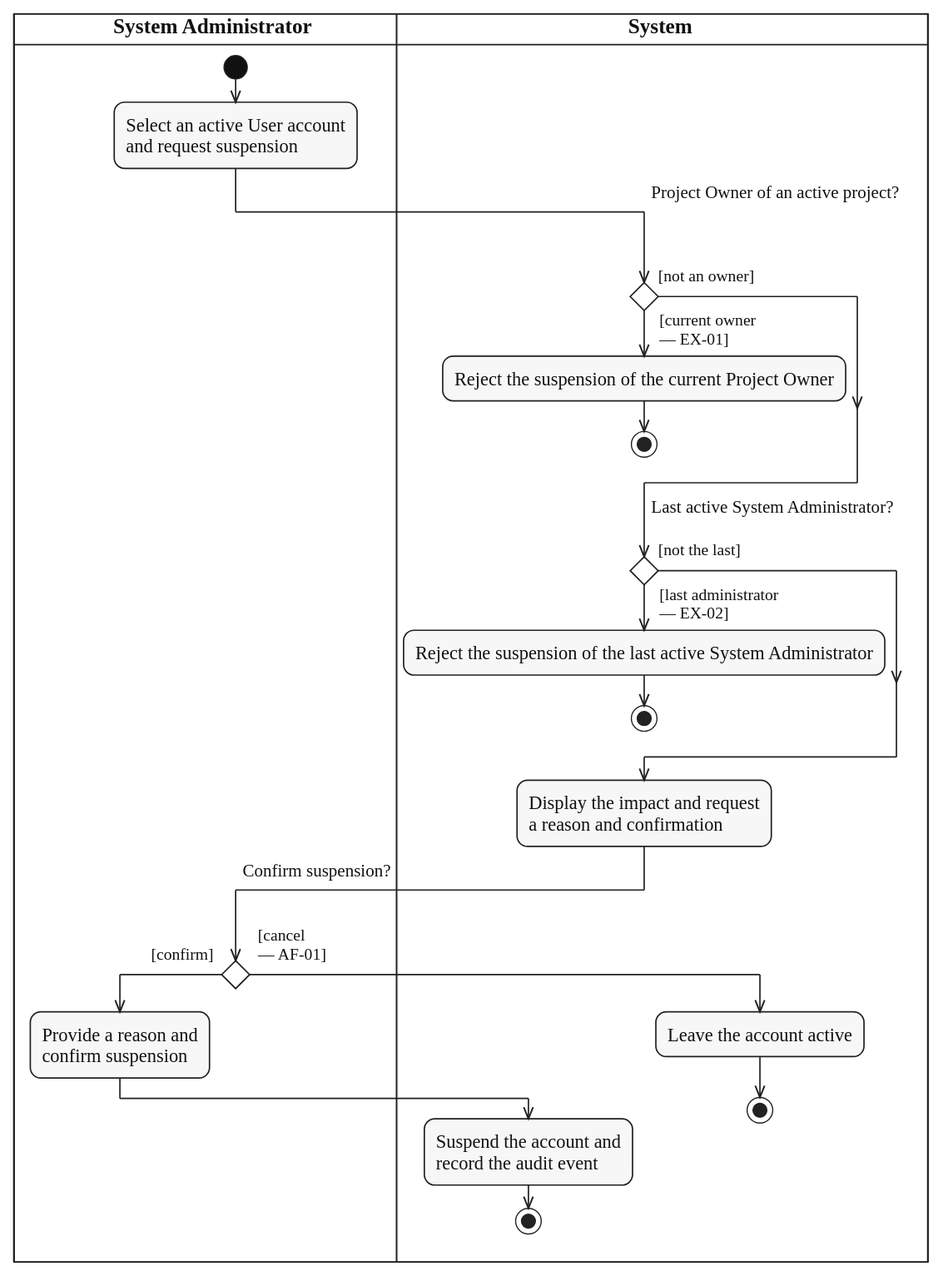
Above: diagrams/activity/system-administration/svg/UC-USER-ACCOUNT-SUSPEND.svg in lukenab/swd392-doc-automation (PlantUML), before the change. Its source is kept beside it as diagrams/activity/system-administration/source/UC-USER-ACCOUNT-SUSPEND.puml.
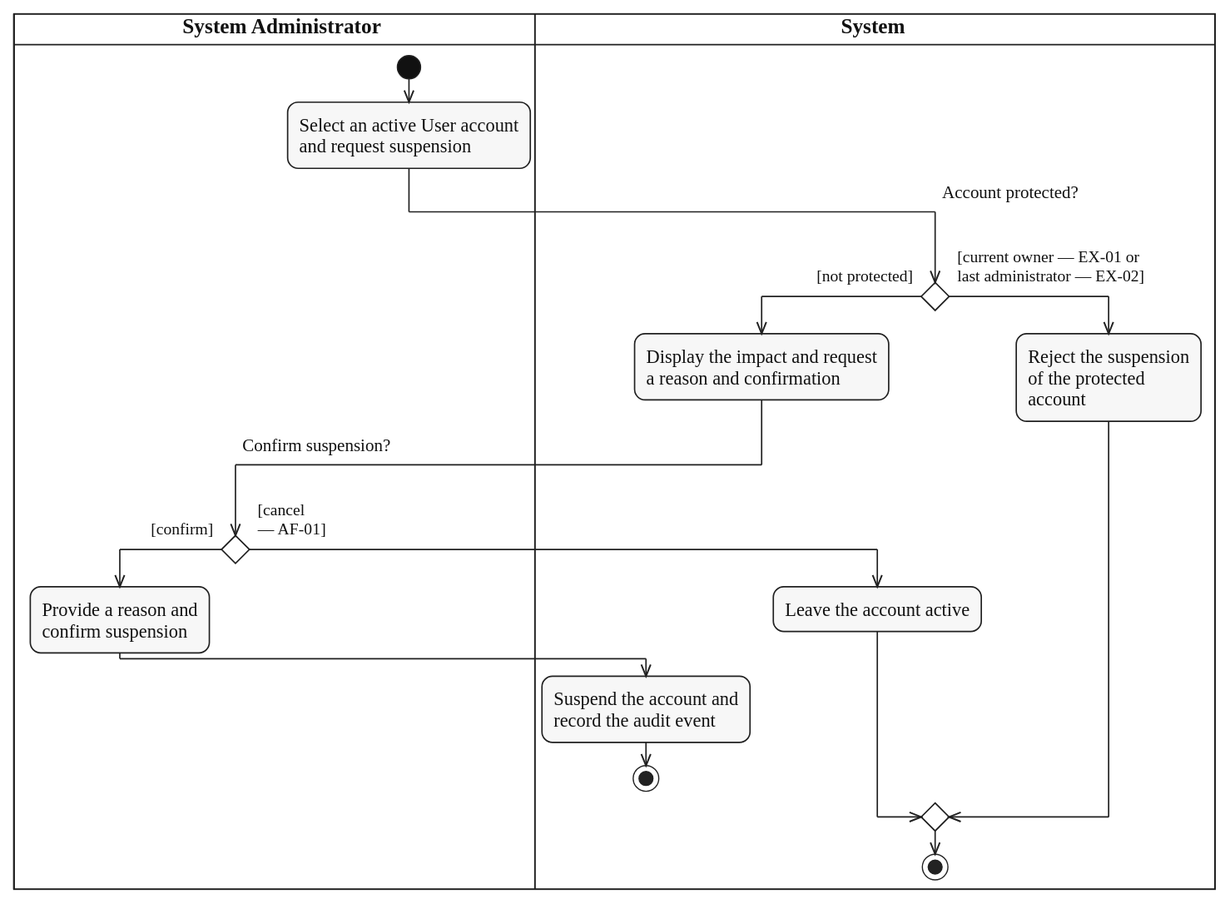
Later version of the same file.

Commit message:
docs(activity): merge end nodes in system administration diagrams

Diff of the diagram source:
```diff
@@ -8,29 +8,26 @@
 :Select an active User account
 and request suspension;
 |SYS|
-if ($question_x("Project Owner of an active project?")) then ($guard_left("[not an owner]"))
-else ($guard_right("[current owner", "— EX-01]"))
-  :Reject the suspension of the current Project Owner;
-  stop
+if ($question_x("Account protected?")) then ($guard_left("[not protected]"))
+  :Display the impact and request
+  a reason and confirmation;
+  |ADM|
+  if ($question_x("Confirm suspension?")) then ($guard_left("[confirm]"))
+    :Provide a reason and
+    confirm suspension;
+    |SYS|
+    :Suspend the account and
+    record the audit event;
+    stop
+  else ($guard_right("[cancel", "— AF-01]"))
+    |SYS|
+    :Leave the account active;
+  endif
+else ($guard_right("[current owner — EX-01 or", "last administrator — EX-02]"))
+  :Reject the suspension
+  of the protected
+  account;
 endif
-if ($question("Last active System Administrator?")) then ($guard_left("[not the last]"))
-else ($guard_right("[last administrator", "— EX-02]"))
-  :Reject the suspension of the last active System Administrator;
-  stop
-endif
-:Display the impact and request
-a reason and confirmation;
-|ADM|
-if ($question_x("Confirm suspension?")) then ($guard_left("[confirm]"))
-  :Provide a reason and
-  confirm suspension;
-  |SYS|
-  :Suspend the account and
-  record the audit event;
-  stop
-else ($guard_right("[cancel", "— AF-01]"))
-  |SYS|
-  :Leave the account active;
-  stop
-endif
+|SYS|
+stop
 @enduml
```
